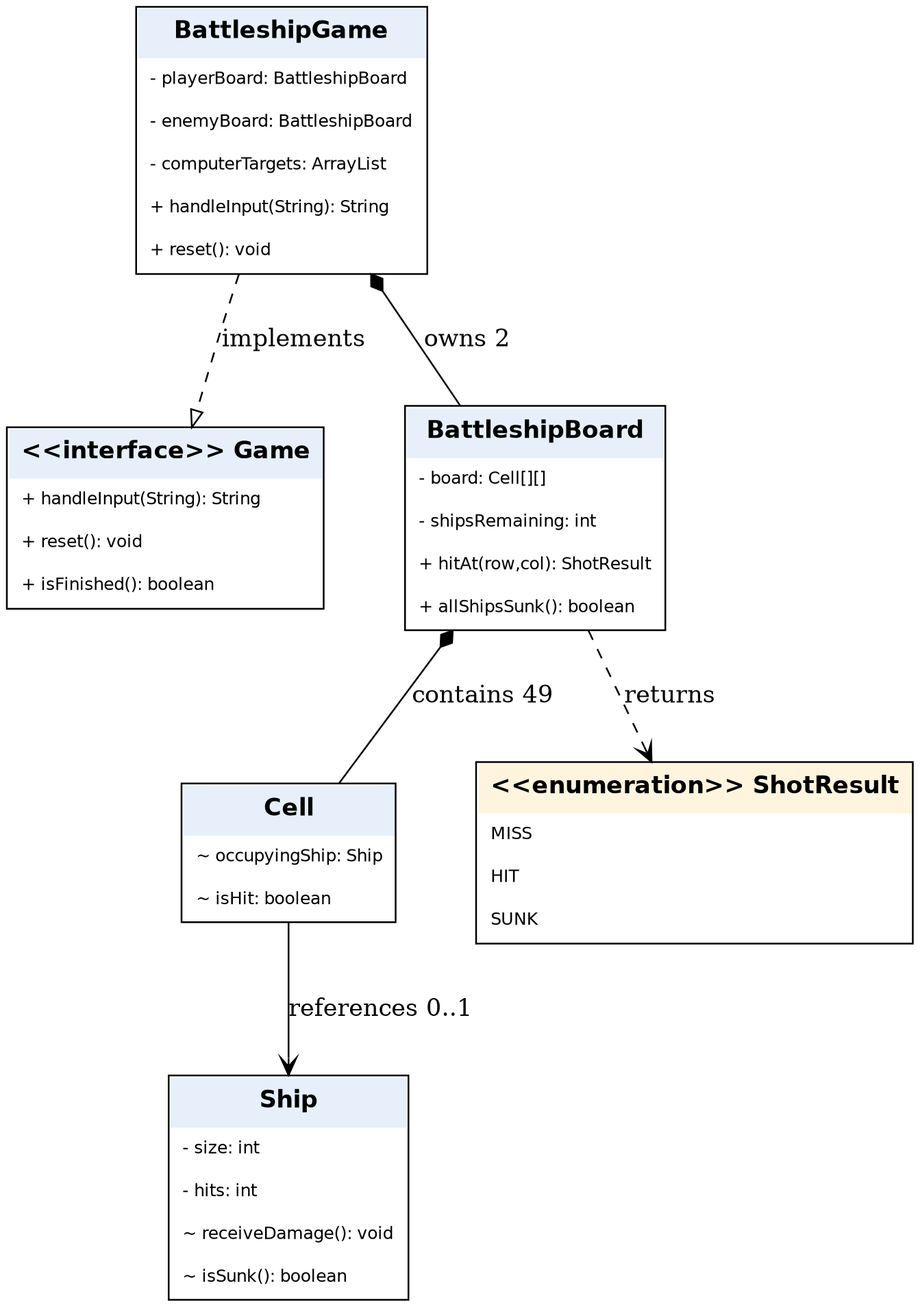
Above: docs/diagrams/battleship-classes.png in AY2627S1-CS2113-W12-3/tp (PlantUML), before the change. Its source is kept beside it as docs/diagrams/battleship-classes.puml.
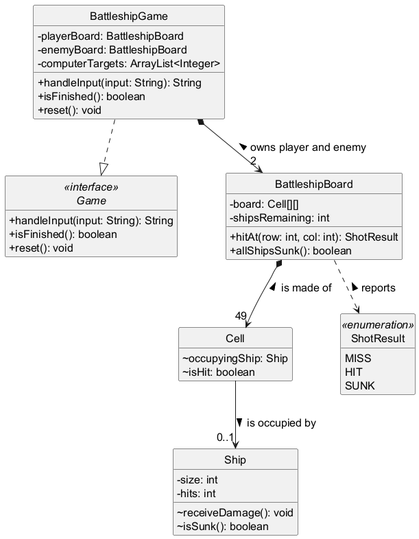
The same diagram one commit later.

Change to the diagram source:
```diff
@@ -1,45 +1,49 @@
 @startuml
-skinparam classAttributeIconSize 0
-skinparam shadowing false
-hide empty members
+!include style.iuml
 
-interface Game {
+interface Game <<interface>> {
   +handleInput(input: String): String
+  +isFinished(): boolean
   +reset(): void
-  +isFinished(): boolean
 }
+
 class BattleshipGame {
   -playerBoard: BattleshipBoard
   -enemyBoard: BattleshipBoard
   -computerTargets: ArrayList<Integer>
   +handleInput(input: String): String
+  +isFinished(): boolean
   +reset(): void
 }
+
 class BattleshipBoard {
   -board: Cell[][]
   -shipsRemaining: int
   +hitAt(row: int, col: int): ShotResult
   +allShipsSunk(): boolean
 }
+
 class Cell {
   ~occupyingShip: Ship
   ~isHit: boolean
 }
+
 class Ship {
   -size: int
   -hits: int
   ~receiveDamage(): void
   ~isSunk(): boolean
 }
-enum ShotResult {
+
+enum ShotResult <<enumeration>> {
   MISS
   HIT
   SUNK
 }
 
 BattleshipGame ..|> Game
-BattleshipGame *-- "2" BattleshipBoard : player / enemy
-BattleshipBoard *-- "49" Cell : grid
-Cell --> "0..1" Ship : occupies
-BattleshipBoard ..> ShotResult : returns
+BattleshipGame *--> "2" BattleshipBoard : owns player and enemy <
+BattleshipBoard *--> "49" Cell : is made of <
+Cell --> "0..1" Ship : is occupied by >
+BattleshipBoard ..> ShotResult : reports <
 @enduml
```
